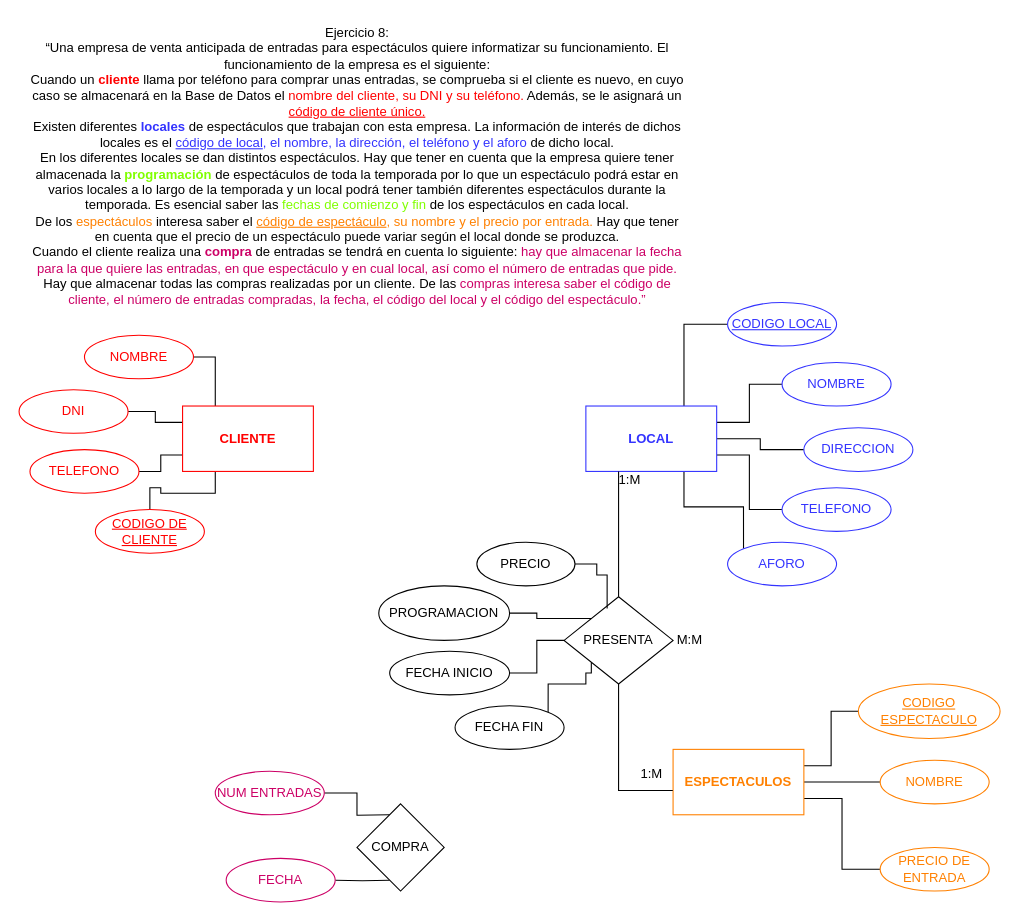
Cris25nkl/DIAGRAMS_BD keeps this draw.io diagram as page "Página-4" (4 of 5) of Diagrama sin título.drawio. Above is the earlier version. Source tidied: cells renumbered, new cells numbered last; positions are measured from the earlier drawing's top-left corner, leaving out a move shared by most shapes. Both pictures are drawn from the tidied source at 109%, with x=0, y=0 at pixel (19, 19).
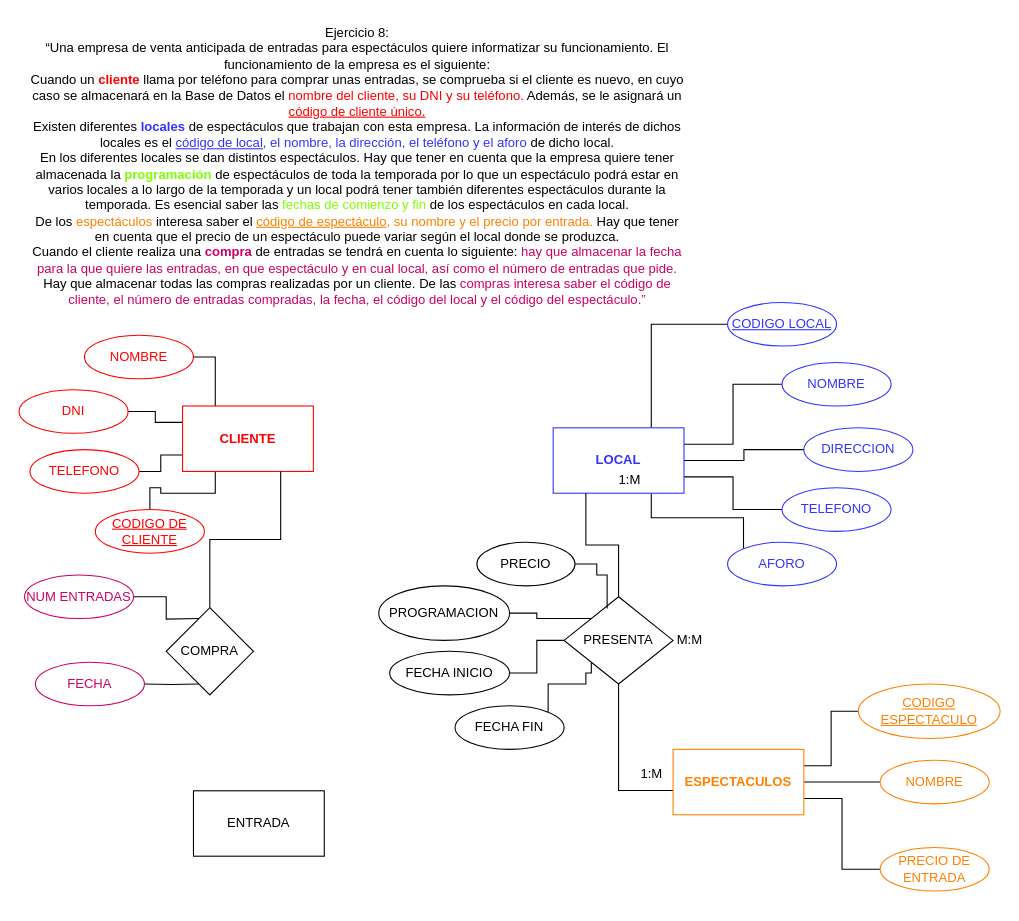
The same diagram, later.

The change refers to these unchanged cells:
```xml
<mxCell id="7" value="&lt;b&gt;CLIENTE&lt;/b&gt;" style="whiteSpace=wrap;html=1;strokeColor=#FF0000;fontColor=#FF0000;" parent="1" vertex="1">
  <mxGeometry x="150" y="355" width="120" height="60" as="geometry" />
</mxCell>
```

Diff of the diagram source:
```diff
@@
     <mxCell id="13" value="&lt;b&gt;LOCAL&lt;/b&gt;" style="whiteSpace=wrap;html=1;strokeColor=#3333FF;fontColor=#3333FF;" parent="1" vertex="1">
-      <mxGeometry x="520" y="355" width="120" height="60" as="geometry" />
+      <mxGeometry x="490" y="375" width="120" height="60" as="geometry" />
     </mxCell>
@@
     <mxCell id="18" style="edgeStyle=orthogonalEdgeStyle;rounded=0;jettySize=auto;html=1;exitX=0.25;exitY=0;exitDx=0;exitDy=0;entryX=1;entryY=0.5;entryDx=0;entryDy=0;endArrow=none;endFill=0;" parent="1" edge="1" target="32">
       <mxGeometry relative="1" as="geometry">
-        <mxPoint x="340" y="730" as="sourcePoint" />
+        <mxPoint x="165" y="550" as="sourcePoint" />
       </mxGeometry>
     </mxCell>
     <mxCell id="19" style="edgeStyle=orthogonalEdgeStyle;rounded=0;jettySize=auto;html=1;exitX=0.25;exitY=1;exitDx=0;exitDy=0;entryX=1;entryY=0.5;entryDx=0;entryDy=0;endArrow=none;endFill=0;" parent="1" edge="1" target="33">
       <mxGeometry relative="1" as="geometry">
-        <mxPoint x="340" y="790" as="sourcePoint" />
+        <mxPoint x="165" y="610" as="sourcePoint" />
       </mxGeometry>
     </mxCell>
@@
     <mxCell id="32" value="NUM ENTRADAS" style="ellipse;whiteSpace=wrap;html=1;align=center;fontColor=#CC0066;strokeColor=#CC0066;" parent="1" vertex="1">
-      <mxGeometry x="180" y="690" width="100" height="40" as="geometry" />
+      <mxGeometry x="5" y="510" width="100" height="40" as="geometry" />
     </mxCell>
     <mxCell id="33" value="FECHA" style="ellipse;whiteSpace=wrap;html=1;align=center;fontColor=#CC0066;strokeColor=#CC0066;" parent="1" vertex="1">
-      <mxGeometry x="190" y="770" width="100" height="40" as="geometry" />
+      <mxGeometry x="15" y="590" width="100" height="40" as="geometry" />
     </mxCell>
@@
+    <mxCell id="49" style="edgeStyle=orthogonalEdgeStyle;rounded=0;jettySize=auto;html=1;exitX=0.5;exitY=0;exitDx=0;exitDy=0;entryX=0.75;entryY=1;entryDx=0;entryDy=0;endArrow=none;endFill=0;" parent="1" edge="1" source="40" target="7">
+      <mxGeometry relative="1" as="geometry" />
+    </mxCell>
     <mxCell id="40" value="COMPRA" style="rhombus;whiteSpace=wrap;html=1;" parent="1" vertex="1">
-      <mxGeometry x="310" y="720" width="80" height="80" as="geometry" />
+      <mxGeometry x="135" y="540" width="80" height="80" as="geometry" />
     </mxCell>
@@
+    <mxCell id="50" value="ENTRADA" style="whiteSpace=wrap;html=1;" parent="1" vertex="1">
+      <mxGeometry x="160" y="708" width="120" height="60" as="geometry" />
+    </mxCell>
```
